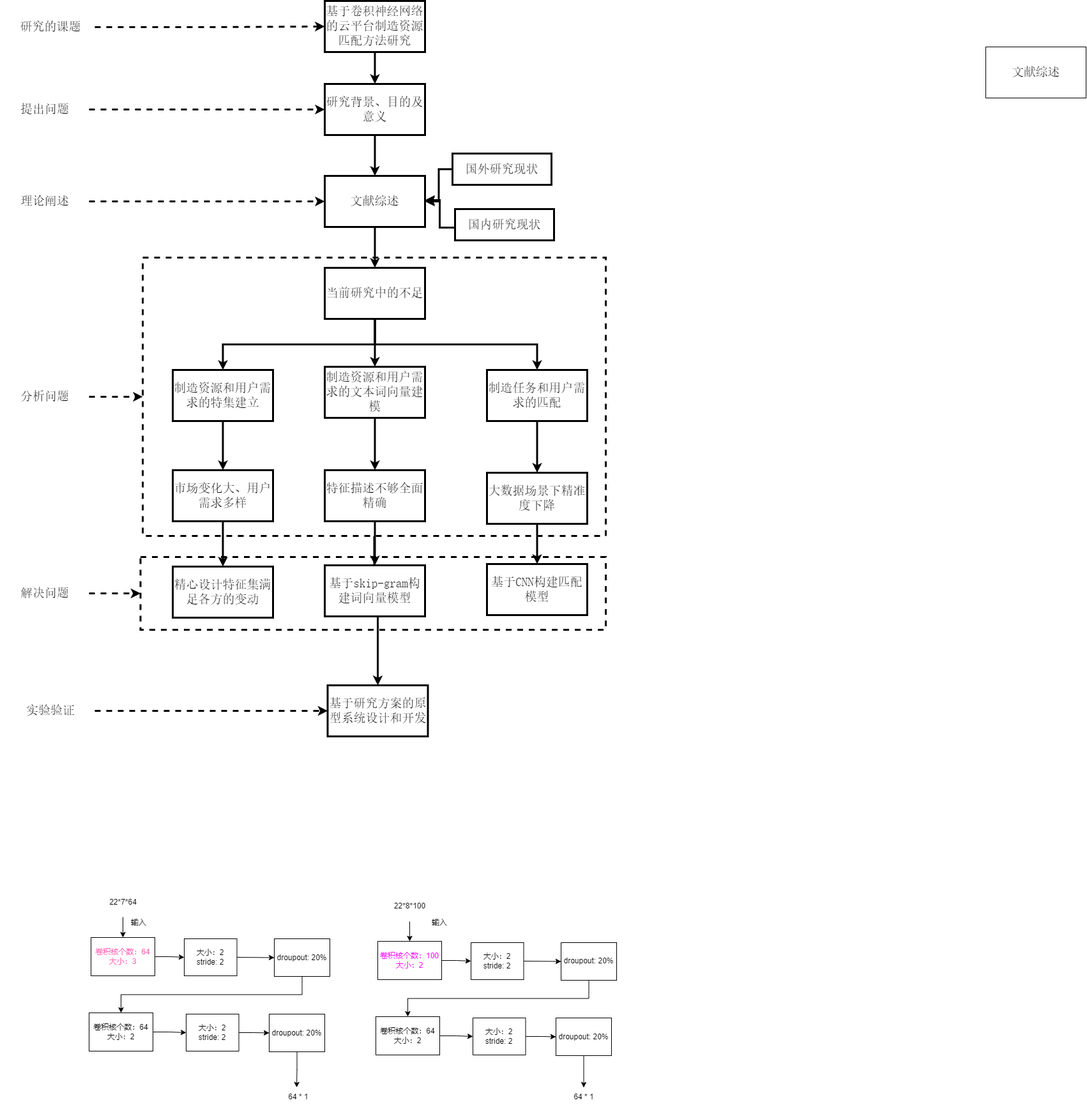
This is 实验室/供需匹配/技术路线.drawio.png from SixPlusAndTimes/drawio, a draw.io export, as it was before one commit. Source tidied: cells renumbered, new cells last; positions are measured from the earlier drawing's top-left corner, leaving out a move shared by most shapes.
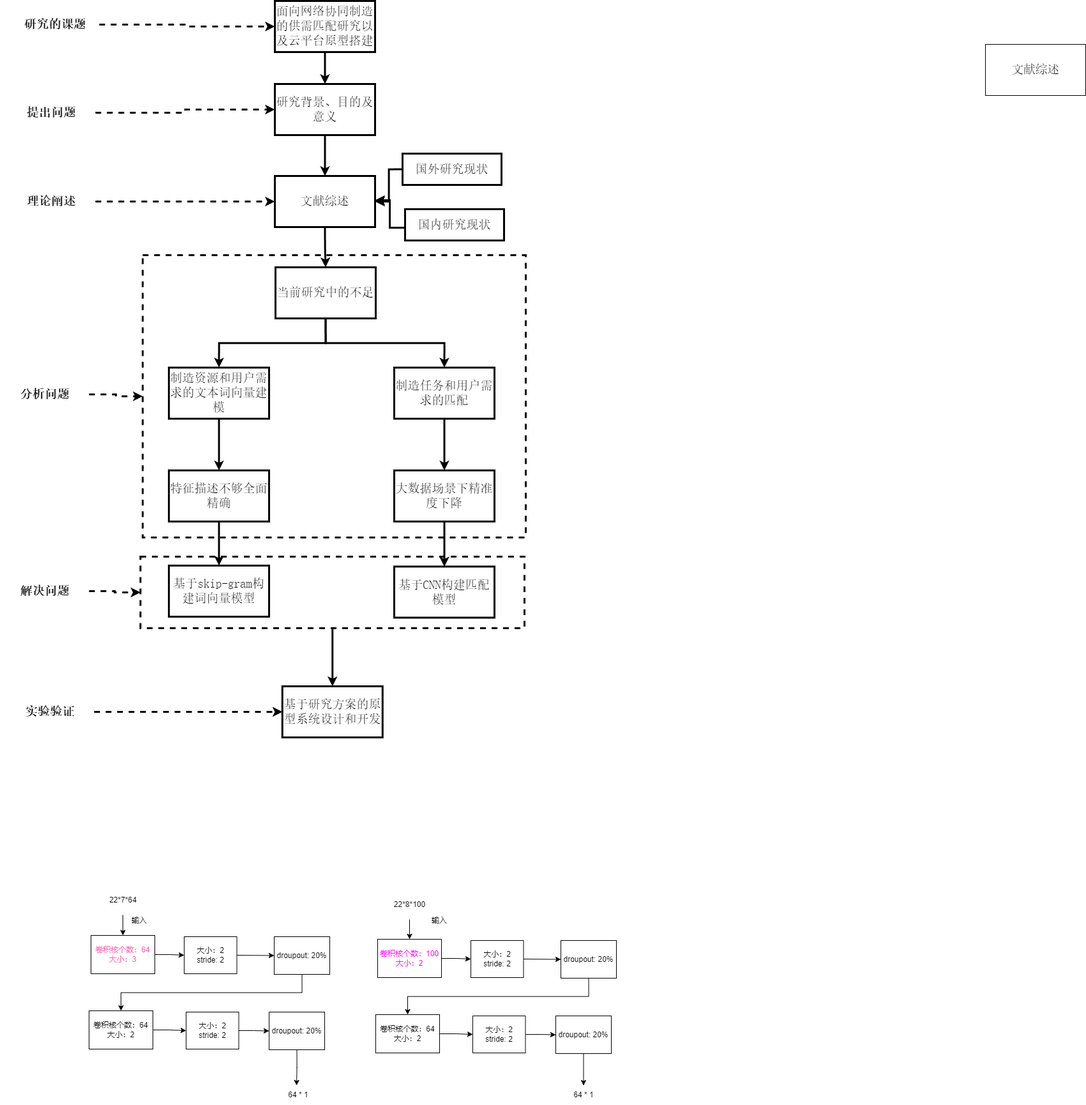
Later version of the same file.

Commit message:
更新技术路线.drawio.png

What changed in the source:
```diff
@@ -2,38 +2,38 @@
   <root>
     <mxCell id="0" />
     <mxCell id="1" parent="0" />
+    <mxCell id="80" style="edgeStyle=orthogonalEdgeStyle;rounded=0;jettySize=auto;html=1;exitX=0.5;exitY=1;exitDx=0;exitDy=0;entryX=0.5;entryY=0;entryDx=0;entryDy=0;strokeWidth=3;" parent="1" edge="1" source="2" target="35">
+      <mxGeometry relative="1" as="geometry" />
+    </mxCell>
     <mxCell id="2" style="rounded=0;whiteSpace=wrap;html=1;strokeWidth=3;gradientColor=none;perimeterSpacing=0;dashed=1;fontSize=19;" parent="1" vertex="1">
-      <mxGeometry x="218.5" y="871" width="728.5" height="114" as="geometry" />
+      <mxGeometry x="218.5" y="874" width="601.5" height="112" as="geometry" />
     </mxCell>
-    <mxCell id="3" style="edgeStyle=orthogonalEdgeStyle;rounded=0;jettySize=auto;html=1;exitX=0.5;exitY=1;exitDx=0;exitDy=0;strokeWidth=3;fontSize=19;" parent="1" edge="1" source="4" target="35">
-      <mxGeometry relative="1" as="geometry" />
-    </mxCell>
     <mxCell id="4" style="rounded=0;whiteSpace=wrap;html=1;strokeWidth=3;gradientColor=none;perimeterSpacing=0;dashed=1;fontSize=19;" parent="1" vertex="1">
-      <mxGeometry x="222" y="402" width="725" height="436" as="geometry" />
+      <mxGeometry x="222" y="402" width="600" height="442" as="geometry" />
     </mxCell>
     <mxCell id="5" style="edgeStyle=orthogonalEdgeStyle;rounded=0;jettySize=auto;html=1;exitX=0.5;exitY=1;exitDx=0;exitDy=0;strokeWidth=3;fontSize=19;" parent="1" edge="1" source="6" target="8">
       <mxGeometry relative="1" as="geometry" />
     </mxCell>
-    <mxCell id="6" value="&lt;span style=&quot;font-size: 19px;&quot;&gt;&lt;font face=&quot;宋体&quot; style=&quot;font-size: 19px;&quot;&gt;基于卷积神经网络的云平台制造资源匹配方法研究&lt;/font&gt;&lt;/span&gt;" style="rounded=0;whiteSpace=wrap;html=1;strokeWidth=3;fontSize=19;" parent="1" vertex="1">
-      <mxGeometry x="507" width="157" height="80" as="geometry" />
+    <mxCell id="6" value="&lt;span style=&quot;font-size: 19px;&quot;&gt;&lt;font face=&quot;宋体&quot; style=&quot;font-size: 19px;&quot;&gt;面向网络协同制造的供需匹配研究以及云平台原型搭建&lt;/font&gt;&lt;/span&gt;" style="rounded=0;whiteSpace=wrap;html=1;strokeWidth=3;fontSize=19;" parent="1" vertex="1">
+      <mxGeometry x="429" y="4" width="157" height="80" as="geometry" />
     </mxCell>
     <mxCell id="7" style="edgeStyle=orthogonalEdgeStyle;rounded=0;jettySize=auto;html=1;exitX=0.5;exitY=1;exitDx=0;exitDy=0;entryX=0.5;entryY=0;entryDx=0;entryDy=0;strokeWidth=3;fontSize=19;" parent="1" edge="1" source="8" target="10">
       <mxGeometry relative="1" as="geometry" />
     </mxCell>
     <mxCell id="8" value="&lt;span style=&quot;font-size: 19px;&quot;&gt;&lt;font face=&quot;宋体&quot; style=&quot;font-size: 19px;&quot;&gt;研究背景、目的及意义&lt;/font&gt;&lt;/span&gt;" style="rounded=0;whiteSpace=wrap;html=1;strokeWidth=3;fontSize=19;" parent="1" vertex="1">
-      <mxGeometry x="507" y="130" width="157" height="80" as="geometry" />
+      <mxGeometry x="429" y="134" width="157" height="80" as="geometry" />
     </mxCell>
     <mxCell id="9" style="edgeStyle=orthogonalEdgeStyle;rounded=0;jettySize=auto;html=1;exitX=0.5;exitY=1;exitDx=0;exitDy=0;entryX=0.5;entryY=0;entryDx=0;entryDy=0;strokeWidth=3;fontSize=19;" parent="1" edge="1" source="10" target="19">
       <mxGeometry relative="1" as="geometry" />
     </mxCell>
     <mxCell id="10" value="&lt;span style=&quot;font-size: 19px;&quot;&gt;&lt;font face=&quot;宋体&quot; style=&quot;font-size: 19px;&quot;&gt;文献综述&lt;/font&gt;&lt;/span&gt;" style="rounded=0;whiteSpace=wrap;html=1;strokeWidth=3;fontSize=19;" parent="1" vertex="1">
-      <mxGeometry x="507" y="274" width="157" height="80" as="geometry" />
+      <mxGeometry x="429" y="278" width="157" height="80" as="geometry" />
     </mxCell>
     <mxCell id="11" style="edgeStyle=orthogonalEdgeStyle;rounded=0;jettySize=auto;html=1;exitX=0;exitY=0.5;exitDx=0;exitDy=0;entryX=1;entryY=0.5;entryDx=0;entryDy=0;strokeWidth=3;fontSize=19;" parent="1" edge="1" source="12" target="10">
       <mxGeometry relative="1" as="geometry" />
     </mxCell>
     <mxCell id="12" value="&lt;span style=&quot;font-size: 19px;&quot;&gt;&lt;font face=&quot;宋体&quot; style=&quot;font-size: 19px;&quot;&gt;国外研究现状&lt;/font&gt;&lt;/span&gt;" style="rounded=0;whiteSpace=wrap;html=1;strokeWidth=3;fontSize=19;" parent="1" vertex="1">
-      <mxGeometry x="707" y="239" width="155" height="49" as="geometry" />
+      <mxGeometry x="629" y="243" width="155" height="49" as="geometry" />
     </mxCell>
     <mxCell id="13" value="&lt;span style=&quot;font-size: 14pt;&quot;&gt;&lt;font face=&quot;宋体&quot;&gt;文献综述&lt;/font&gt;&lt;/span&gt;" style="rounded=0;whiteSpace=wrap;html=1;" parent="1" vertex="1">
       <mxGeometry x="1542" y="72" width="157" height="80" as="geometry" />
@@ -41,109 +41,91 @@
     <mxCell id="14" style="edgeStyle=orthogonalEdgeStyle;rounded=0;jettySize=auto;html=1;exitX=0;exitY=0.5;exitDx=0;exitDy=0;strokeWidth=3;fontSize=19;" parent="1" edge="1" source="15" target="10">
       <mxGeometry relative="1" as="geometry">
         <Array as="points">
-          <mxPoint x="687" y="355" />
-          <mxPoint x="687" y="312" />
+          <mxPoint x="609" y="359" />
+          <mxPoint x="609" y="316" />
         </Array>
       </mxGeometry>
     </mxCell>
     <mxCell id="15" value="&lt;span style=&quot;font-size: 19px;&quot;&gt;&lt;font face=&quot;宋体&quot; style=&quot;font-size: 19px;&quot;&gt;国内研究现状&lt;/font&gt;&lt;/span&gt;" style="rounded=0;whiteSpace=wrap;html=1;strokeWidth=3;fontSize=19;" parent="1" vertex="1">
-      <mxGeometry x="711" y="326" width="155" height="49" as="geometry" />
+      <mxGeometry x="633" y="330" width="155" height="49" as="geometry" />
     </mxCell>
     <mxCell id="16" style="edgeStyle=orthogonalEdgeStyle;rounded=0;jettySize=auto;html=1;exitX=0.5;exitY=1;exitDx=0;exitDy=0;entryX=0.5;entryY=0;entryDx=0;entryDy=0;strokeWidth=3;fontSize=19;" parent="1" edge="1" source="19" target="23">
       <mxGeometry relative="1" as="geometry" />
     </mxCell>
-    <mxCell id="17" style="edgeStyle=orthogonalEdgeStyle;rounded=0;jettySize=auto;html=1;exitX=0.5;exitY=1;exitDx=0;exitDy=0;entryX=0.5;entryY=0;entryDx=0;entryDy=0;strokeWidth=3;fontSize=19;" parent="1" edge="1" source="19" target="21">
-      <mxGeometry relative="1" as="geometry" />
-    </mxCell>
     <mxCell id="18" style="edgeStyle=orthogonalEdgeStyle;rounded=0;jettySize=auto;html=1;exitX=0.5;exitY=1;exitDx=0;exitDy=0;entryX=0.5;entryY=0;entryDx=0;entryDy=0;strokeWidth=3;fontSize=19;" parent="1" edge="1" source="19" target="25">
       <mxGeometry relative="1" as="geometry" />
     </mxCell>
     <mxCell id="19" value="&lt;span style=&quot;font-size: 19px;&quot;&gt;&lt;font face=&quot;宋体&quot; style=&quot;font-size: 19px;&quot;&gt;当前研究中的不足&lt;/font&gt;&lt;/span&gt;" style="rounded=0;whiteSpace=wrap;html=1;strokeWidth=3;fontSize=19;" parent="1" vertex="1">
-      <mxGeometry x="507" y="418" width="157" height="80" as="geometry" />
+      <mxGeometry x="430" y="421" width="157" height="80" as="geometry" />
     </mxCell>
-    <mxCell id="20" style="edgeStyle=orthogonalEdgeStyle;rounded=0;jettySize=auto;html=1;exitX=0.5;exitY=1;exitDx=0;exitDy=0;entryX=0.5;entryY=0;entryDx=0;entryDy=0;strokeWidth=3;fontSize=19;" parent="1" edge="1" source="21" target="27">
-      <mxGeometry relative="1" as="geometry" />
-    </mxCell>
-    <mxCell id="21" value="&lt;span style=&quot;font-size: 19px;&quot;&gt;&lt;font face=&quot;宋体&quot; style=&quot;font-size: 19px;&quot;&gt;制造资源和用户需求的特集建立&lt;/font&gt;&lt;/span&gt;" style="rounded=0;whiteSpace=wrap;html=1;strokeWidth=3;fontSize=19;" parent="1" vertex="1">
-      <mxGeometry x="269" y="578" width="157" height="80" as="geometry" />
-    </mxCell>
     <mxCell id="22" style="edgeStyle=orthogonalEdgeStyle;rounded=0;jettySize=auto;html=1;exitX=0.5;exitY=1;exitDx=0;exitDy=0;entryX=0.5;entryY=0;entryDx=0;entryDy=0;strokeWidth=3;fontSize=19;" parent="1" edge="1" source="23" target="29">
       <mxGeometry relative="1" as="geometry" />
     </mxCell>
     <mxCell id="23" value="&lt;span style=&quot;font-size: 19px;&quot;&gt;&lt;font face=&quot;宋体&quot; style=&quot;font-size: 19px;&quot;&gt;制造资源和用户需求的文本词向量建模&lt;/font&gt;&lt;/span&gt;" style="rounded=0;whiteSpace=wrap;html=1;strokeWidth=3;fontSize=19;" parent="1" vertex="1">
-      <mxGeometry x="507" y="573" width="157" height="80" as="geometry" />
+      <mxGeometry x="263" y="578" width="157" height="80" as="geometry" />
     </mxCell>
     <mxCell id="24" style="edgeStyle=orthogonalEdgeStyle;rounded=0;jettySize=auto;html=1;exitX=0.5;exitY=1;exitDx=0;exitDy=0;entryX=0.5;entryY=0;entryDx=0;entryDy=0;strokeWidth=3;fontSize=19;" parent="1" edge="1" source="25" target="31">
       <mxGeometry relative="1" as="geometry" />
     </mxCell>
     <mxCell id="25" value="&lt;span style=&quot;font-size: 19px;&quot;&gt;&lt;font face=&quot;宋体&quot; style=&quot;font-size: 19px;&quot;&gt;制造任务和用户需求的匹配&lt;/font&gt;&lt;/span&gt;" style="rounded=0;whiteSpace=wrap;html=1;strokeWidth=3;fontSize=19;" parent="1" vertex="1">
-      <mxGeometry x="761" y="578" width="157" height="80" as="geometry" />
+      <mxGeometry x="616" y="578" width="157" height="80" as="geometry" />
     </mxCell>
-    <mxCell id="26" style="edgeStyle=orthogonalEdgeStyle;rounded=0;jettySize=auto;html=1;exitX=0.5;exitY=1;exitDx=0;exitDy=0;strokeWidth=3;fontSize=19;" parent="1" edge="1" source="27" target="32">
-      <mxGeometry relative="1" as="geometry" />
-    </mxCell>
-    <mxCell id="27" value="&lt;span style=&quot;font-size: 19px;&quot;&gt;&lt;font face=&quot;宋体&quot; style=&quot;font-size: 19px;&quot;&gt;市场变化大、用户需求多样&lt;/font&gt;&lt;/span&gt;" style="rounded=0;whiteSpace=wrap;html=1;strokeWidth=3;fontSize=19;" parent="1" vertex="1">
-      <mxGeometry x="269" y="735" width="157" height="80" as="geometry" />
-    </mxCell>
     <mxCell id="28" style="edgeStyle=orthogonalEdgeStyle;rounded=0;jettySize=auto;html=1;exitX=0.5;exitY=1;exitDx=0;exitDy=0;strokeWidth=3;fontSize=19;" parent="1" edge="1" source="29" target="33">
       <mxGeometry relative="1" as="geometry" />
     </mxCell>
     <mxCell id="29" value="&lt;span style=&quot;font-size: 19px;&quot;&gt;&lt;font face=&quot;宋体&quot; style=&quot;font-size: 19px;&quot;&gt;特征描述不够全面精确&lt;/font&gt;&lt;/span&gt;" style="rounded=0;whiteSpace=wrap;html=1;strokeWidth=3;fontSize=19;" parent="1" vertex="1">
-      <mxGeometry x="507" y="735" width="157" height="80" as="geometry" />
+      <mxGeometry x="263" y="739" width="157" height="80" as="geometry" />
     </mxCell>
     <mxCell id="30" style="edgeStyle=orthogonalEdgeStyle;rounded=0;jettySize=auto;html=1;exitX=0.5;exitY=1;exitDx=0;exitDy=0;strokeWidth=3;fontSize=19;" parent="1" edge="1" source="31" target="34">
       <mxGeometry relative="1" as="geometry" />
     </mxCell>
     <mxCell id="31" value="&lt;font face=&quot;宋体&quot; style=&quot;font-size: 19px;&quot;&gt;&lt;span style=&quot;font-size: 19px;&quot;&gt;大数据场景下精准度下降&lt;/span&gt;&lt;/font&gt;" style="rounded=0;whiteSpace=wrap;html=1;strokeWidth=3;fontSize=19;" parent="1" vertex="1">
-      <mxGeometry x="761" y="739" width="157" height="80" as="geometry" />
+      <mxGeometry x="616" y="739" width="157" height="80" as="geometry" />
     </mxCell>
-    <mxCell id="32" value="&lt;font face=&quot;宋体&quot; style=&quot;font-size: 19px;&quot;&gt;&lt;span style=&quot;font-size: 19px;&quot;&gt;精心设计特征集满足各方的变动&lt;/span&gt;&lt;/font&gt;" style="rounded=0;whiteSpace=wrap;html=1;strokeWidth=3;fontSize=19;" parent="1" vertex="1">
-      <mxGeometry x="269" y="886" width="157" height="80" as="geometry" />
-    </mxCell>
     <mxCell id="33" value="&lt;font face=&quot;宋体&quot; style=&quot;font-size: 19px;&quot;&gt;&lt;span style=&quot;font-size: 19px;&quot;&gt;基于skip-gram构建词向量模型&lt;br style=&quot;font-size: 19px;&quot;&gt;&lt;/span&gt;&lt;/font&gt;" style="rounded=0;whiteSpace=wrap;html=1;strokeWidth=3;fontSize=19;" parent="1" vertex="1">
-      <mxGeometry x="507" y="884" width="157" height="80" as="geometry" />
+      <mxGeometry x="263" y="888" width="157" height="80" as="geometry" />
     </mxCell>
     <mxCell id="34" value="&lt;font face=&quot;宋体&quot; style=&quot;font-size: 19px;&quot;&gt;&lt;span style=&quot;font-size: 19px;&quot;&gt;基于CNN构建匹配模型&lt;br style=&quot;font-size: 19px;&quot;&gt;&lt;/span&gt;&lt;/font&gt;" style="rounded=0;whiteSpace=wrap;html=1;strokeWidth=3;fontSize=19;" parent="1" vertex="1">
-      <mxGeometry x="761" y="882" width="157" height="80" as="geometry" />
+      <mxGeometry x="616" y="889.5" width="157" height="80" as="geometry" />
     </mxCell>
     <mxCell id="35" value="&lt;font face=&quot;宋体&quot; style=&quot;font-size: 19px;&quot;&gt;&lt;span style=&quot;font-size: 19px;&quot;&gt;基于研究方案的原型系统设计和开发&lt;br style=&quot;font-size: 19px;&quot;&gt;&lt;/span&gt;&lt;/font&gt;" style="rounded=0;whiteSpace=wrap;html=1;strokeWidth=3;fontSize=19;" parent="1" vertex="1">
-      <mxGeometry x="511.5" y="1072" width="157" height="80" as="geometry" />
+      <mxGeometry x="440.8" y="1077" width="157" height="80" as="geometry" />
     </mxCell>
     <mxCell id="36" style="edgeStyle=orthogonalEdgeStyle;rounded=0;jettySize=auto;html=1;exitX=1;exitY=0.5;exitDx=0;exitDy=0;entryX=0;entryY=0.5;entryDx=0;entryDy=0;strokeWidth=3;dashed=1;fontSize=19;" parent="1" edge="1" source="37" target="6">
       <mxGeometry relative="1" as="geometry" />
     </mxCell>
-    <mxCell id="37" value="&lt;span style=&quot;font-family: 宋体; font-size: 19px;&quot;&gt;研究的课题&lt;/span&gt;" style="text;html=1;strokeColor=none;fillColor=none;align=center;verticalAlign=middle;whiteSpace=wrap;rounded=0;dashed=1;strokeWidth=3;fontSize=19;" parent="1" vertex="1">
-      <mxGeometry x="9" y="10" width="138" height="62" as="geometry" />
+    <mxCell id="37" value="&lt;span style=&quot;font-family: 宋体; font-size: 19px;&quot;&gt;&lt;b&gt;研究的课题&lt;/b&gt;&lt;/span&gt;" style="text;html=1;strokeColor=none;fillColor=none;align=center;verticalAlign=middle;whiteSpace=wrap;rounded=0;dashed=1;strokeWidth=3;fontSize=19;" parent="1" vertex="1">
+      <mxGeometry x="16" y="10" width="138" height="62" as="geometry" />
     </mxCell>
     <mxCell id="38" style="edgeStyle=orthogonalEdgeStyle;rounded=0;jettySize=auto;html=1;exitX=1;exitY=0.5;exitDx=0;exitDy=0;dashed=1;strokeWidth=3;fontSize=19;" parent="1" edge="1" source="39" target="8">
       <mxGeometry relative="1" as="geometry" />
     </mxCell>
-    <mxCell id="39" value="&lt;span style=&quot;font-family: 宋体; font-size: 19px;&quot;&gt;提出问题&lt;/span&gt;" style="text;html=1;strokeColor=none;fillColor=none;align=center;verticalAlign=middle;whiteSpace=wrap;rounded=0;dashed=1;strokeWidth=3;fontSize=19;" parent="1" vertex="1">
-      <mxGeometry y="139" width="138" height="62" as="geometry" />
+    <mxCell id="39" value="&lt;span style=&quot;font-family: 宋体; font-size: 19px;&quot;&gt;&lt;b&gt;提出问题&lt;/b&gt;&lt;/span&gt;" style="text;html=1;strokeColor=none;fillColor=none;align=center;verticalAlign=middle;whiteSpace=wrap;rounded=0;dashed=1;strokeWidth=3;fontSize=19;" parent="1" vertex="1">
+      <mxGeometry x="10" y="148" width="138" height="62" as="geometry" />
     </mxCell>
     <mxCell id="40" style="edgeStyle=orthogonalEdgeStyle;rounded=0;jettySize=auto;html=1;exitX=1;exitY=0.5;exitDx=0;exitDy=0;dashed=1;strokeWidth=3;fontSize=19;" parent="1" edge="1" source="41" target="10">
       <mxGeometry relative="1" as="geometry" />
     </mxCell>
-    <mxCell id="41" value="&lt;span style=&quot;font-family: 宋体; font-size: 19px;&quot;&gt;理论阐述&lt;/span&gt;" style="text;html=1;strokeColor=none;fillColor=none;align=center;verticalAlign=middle;whiteSpace=wrap;rounded=0;dashed=1;strokeWidth=3;fontSize=19;" parent="1" vertex="1">
-      <mxGeometry y="283" width="138" height="62" as="geometry" />
+    <mxCell id="41" value="&lt;span style=&quot;font-family: 宋体; font-size: 19px;&quot;&gt;&lt;b&gt;理论阐述&lt;/b&gt;&lt;/span&gt;" style="text;html=1;strokeColor=none;fillColor=none;align=center;verticalAlign=middle;whiteSpace=wrap;rounded=0;dashed=1;strokeWidth=3;fontSize=19;" parent="1" vertex="1">
+      <mxGeometry x="10" y="287" width="138" height="62" as="geometry" />
     </mxCell>
     <mxCell id="42" style="edgeStyle=orthogonalEdgeStyle;rounded=0;jettySize=auto;html=1;exitX=1;exitY=0.5;exitDx=0;exitDy=0;dashed=1;strokeWidth=3;fontSize=19;" parent="1" edge="1" source="43" target="4">
       <mxGeometry relative="1" as="geometry" />
     </mxCell>
-    <mxCell id="43" value="&lt;span style=&quot;font-family: 宋体; font-size: 19px;&quot;&gt;分析问题&lt;/span&gt;" style="text;html=1;strokeColor=none;fillColor=none;align=center;verticalAlign=middle;whiteSpace=wrap;rounded=0;dashed=1;strokeWidth=3;fontSize=19;" parent="1" vertex="1">
+    <mxCell id="43" value="&lt;span style=&quot;font-family: 宋体; font-size: 19px;&quot;&gt;&lt;b&gt;分析问题&lt;/b&gt;&lt;/span&gt;" style="text;html=1;strokeColor=none;fillColor=none;align=center;verticalAlign=middle;whiteSpace=wrap;rounded=0;dashed=1;strokeWidth=3;fontSize=19;" parent="1" vertex="1">
       <mxGeometry y="589" width="138" height="62" as="geometry" />
     </mxCell>
     <mxCell id="44" style="edgeStyle=orthogonalEdgeStyle;rounded=0;jettySize=auto;html=1;exitX=1;exitY=0.5;exitDx=0;exitDy=0;dashed=1;strokeWidth=3;fontSize=19;" parent="1" edge="1" source="45" target="2">
       <mxGeometry relative="1" as="geometry" />
     </mxCell>
-    <mxCell id="45" value="&lt;span style=&quot;font-family: 宋体; font-size: 19px;&quot;&gt;解决问题&lt;/span&gt;" style="text;html=1;strokeColor=none;fillColor=none;align=center;verticalAlign=middle;whiteSpace=wrap;rounded=0;dashed=1;strokeWidth=3;fontSize=19;" parent="1" vertex="1">
+    <mxCell id="45" value="&lt;span style=&quot;font-family: 宋体; font-size: 19px;&quot;&gt;&lt;b&gt;解决问题&lt;/b&gt;&lt;/span&gt;" style="text;html=1;strokeColor=none;fillColor=none;align=center;verticalAlign=middle;whiteSpace=wrap;rounded=0;dashed=1;strokeWidth=3;fontSize=19;" parent="1" vertex="1">
       <mxGeometry y="897" width="138" height="62" as="geometry" />
     </mxCell>
     <mxCell id="46" style="edgeStyle=orthogonalEdgeStyle;rounded=0;jettySize=auto;html=1;exitX=1;exitY=0.5;exitDx=0;exitDy=0;entryX=0;entryY=0.5;entryDx=0;entryDy=0;dashed=1;strokeWidth=3;fontSize=19;" parent="1" edge="1" source="47" target="35">
       <mxGeometry relative="1" as="geometry" />
     </mxCell>
-    <mxCell id="47" value="&lt;span style=&quot;font-family: 宋体; font-size: 19px;&quot;&gt;实验验证&lt;/span&gt;" style="text;html=1;strokeColor=none;fillColor=none;align=center;verticalAlign=middle;whiteSpace=wrap;rounded=0;dashed=1;strokeWidth=3;fontSize=19;" parent="1" vertex="1">
-      <mxGeometry x="9" y="1081" width="138" height="62" as="geometry" />
+    <mxCell id="47" value="&lt;span style=&quot;font-family: 宋体; font-size: 19px;&quot;&gt;&lt;b&gt;实验验证&lt;/b&gt;&lt;/span&gt;" style="text;html=1;strokeColor=none;fillColor=none;align=center;verticalAlign=middle;whiteSpace=wrap;rounded=0;dashed=1;strokeWidth=3;fontSize=19;" parent="1" vertex="1">
+      <mxGeometry x="8" y="1086" width="138" height="62" as="geometry" />
     </mxCell>
     <mxCell id="48" style="edgeStyle=orthogonalEdgeStyle;rounded=0;jettySize=auto;html=1;exitX=1;exitY=0.5;exitDx=0;exitDy=0;" parent="1" edge="1" source="49" target="51">
       <mxGeometry relative="1" as="geometry" />
```
